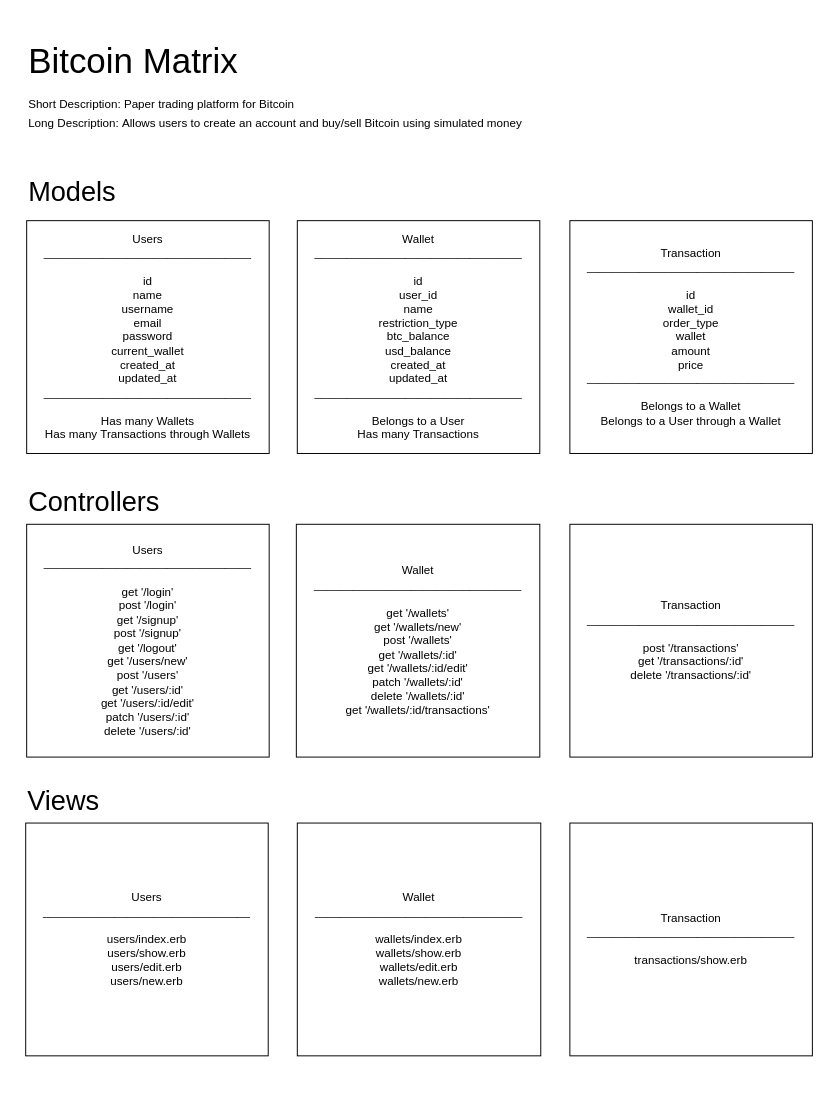
smcbride1/bitcoin-matrix keeps this draw.io diagram as models.drawio. Above is the earlier version. Source tidied: cells renumbered, new cells numbered last; positions are measured from the earlier drawing's top-left corner, leaving out a move shared by most shapes. Both pictures are drawn from the tidied source at 97%, with x=0, y=0 at pixel (16, 16).
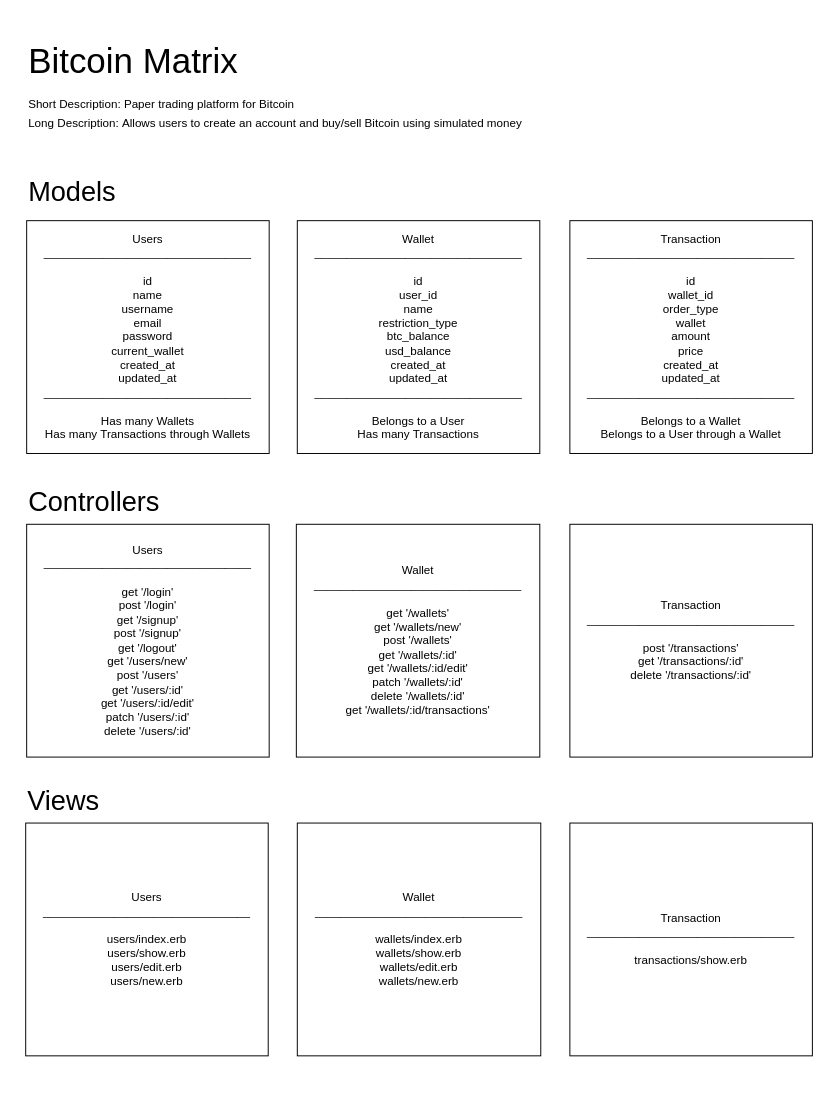
The same diagram, later.

Diff of the diagram source:
```diff
@@
 <mxGraphModel>
   <root>
     <mxCell id="0" />
     <mxCell id="1" parent="0" />
     <mxCell id="2" style="rounded=0;whiteSpace=wrap;html=1;strokeColor=none;" parent="1" vertex="1">
       <mxGeometry width="830" height="1110" as="geometry" />
     </mxCell>
     <mxCell id="3" value="Users&lt;br&gt;________________________________&lt;br&gt;&lt;br&gt;id&lt;br&gt;name&lt;br&gt;username&lt;br&gt;email&lt;br&gt;password&lt;br&gt;current_wallet&lt;br&gt;created_at&lt;br&gt;updated_at&lt;br&gt;________________________________&lt;br&gt;&lt;br&gt;Has many Wallets&lt;br&gt;Has many Transactions through Wallets" style="rounded=0;whiteSpace=wrap;html=1;" parent="1" vertex="1">
       <mxGeometry x="10" y="210" width="250" height="240" as="geometry" />
     </mxCell>
     <mxCell id="4" value="Wallet&lt;br&gt;________________________________&lt;br&gt;&lt;br&gt;id&lt;br&gt;user_id&lt;br&gt;name&lt;br&gt;restriction_type&lt;br&gt;btc_balance&lt;br&gt;usd_balance&lt;br&gt;created_at&lt;br&gt;updated_at&lt;br&gt;________________________________&lt;br&gt;&lt;br&gt;Belongs to a User&lt;br&gt;Has many Transactions" style="rounded=0;whiteSpace=wrap;html=1;" parent="1" vertex="1">
       <mxGeometry x="289" y="210" width="250" height="240" as="geometry" />
     </mxCell>
-    <mxCell id="5" value="Transaction&lt;br&gt;________________________________&lt;br&gt;&lt;br&gt;id&lt;br&gt;wallet_id&lt;br&gt;order_type&lt;br&gt;wallet&lt;br&gt;amount&lt;br&gt;price&lt;br&gt;________________________________&lt;br&gt;&lt;br&gt;Belongs to a Wallet&lt;br&gt;Belongs to a User through a Wallet" style="rounded=0;whiteSpace=wrap;html=1;" parent="1" vertex="1">
+    <mxCell id="5" value="Transaction&lt;br&gt;________________________________&lt;br&gt;&lt;br&gt;id&lt;br&gt;wallet_id&lt;br&gt;order_type&lt;br&gt;wallet&lt;br&gt;amount&lt;br&gt;price&lt;br&gt;created_at&lt;br&gt;updated_at&lt;br&gt;________________________________&lt;br&gt;&lt;br&gt;Belongs to a Wallet&lt;br&gt;Belongs to a User through a Wallet" style="rounded=0;whiteSpace=wrap;html=1;" parent="1" vertex="1">
       <mxGeometry x="570" y="210" width="250" height="240" as="geometry" />
     </mxCell>
     <mxCell id="6" value="&lt;font style=&quot;font-size: 36px&quot;&gt;Bitcoin Matrix&lt;/font&gt;" style="text;html=1;align=left;verticalAlign=middle;" parent="1" vertex="1">
       <mxGeometry x="10" y="30" width="230" height="30" as="geometry" />
     </mxCell>
     <mxCell id="7" value="Short Description:&amp;nbsp;Paper trading platform for Bitcoin" style="text;html=1;align=left;verticalAlign=middle;" parent="1" vertex="1">
       <mxGeometry x="10" y="80" width="290" height="20" as="geometry" />
     </mxCell>
     <mxCell id="8" value="Long Description:&amp;nbsp;Allows users to create an account and buy/sell Bitcoin using simulated money" style="text;html=1;align=left;verticalAlign=middle;" parent="1" vertex="1">
       <mxGeometry x="10" y="100" width="520" height="20" as="geometry" />
     </mxCell>
     <mxCell id="9" value="&lt;font style=&quot;font-size: 28px&quot;&gt;Models&lt;/font&gt;" style="text;html=1;align=left;verticalAlign=middle;" parent="1" vertex="1">
       <mxGeometry x="10" y="170" width="110" height="20" as="geometry" />
     </mxCell>
     <mxCell id="10" value="&lt;font style=&quot;font-size: 28px&quot;&gt;Controllers&lt;/font&gt;" style="text;html=1;align=left;verticalAlign=middle;" parent="1" vertex="1">
       <mxGeometry x="10" y="490" width="150" height="20" as="geometry" />
     </mxCell>
     <mxCell id="11" value="Users&lt;br&gt;________________________________&lt;br&gt;&lt;div&gt;&lt;br&gt;&lt;/div&gt;&lt;div&gt;get '/login'&lt;br&gt;&lt;/div&gt;&lt;div&gt;post '/login'&lt;/div&gt;&lt;div&gt;get '/signup'&lt;/div&gt;&lt;div&gt;post '/signup'&lt;/div&gt;&lt;div&gt;get '/logout'&lt;/div&gt;&lt;div&gt;get '/users/new'&lt;/div&gt;&lt;div&gt;post '/users'&lt;/div&gt;&lt;div&gt;get '/users/:id'&lt;/div&gt;&lt;div&gt;get '/users/:id/edit'&lt;/div&gt;&lt;div&gt;patch '/users/:id'&lt;/div&gt;&lt;div&gt;delete '/users/:id'&lt;/div&gt;" style="rounded=0;whiteSpace=wrap;html=1;align=center;" parent="1" vertex="1">
       <mxGeometry x="10" y="523" width="250" height="240" as="geometry" />
     </mxCell>
     <mxCell id="12" value="&lt;span&gt;Wallet&lt;/span&gt;&lt;br&gt;________________________________&lt;br&gt;&lt;span&gt;&lt;br&gt;get '/wallets'&lt;/span&gt;&lt;br&gt;&lt;span&gt;get '/wallets/new'&lt;/span&gt;&lt;br&gt;&lt;span&gt;post '/wallets'&lt;/span&gt;&lt;br&gt;&lt;span&gt;get '/wallets/:id'&lt;/span&gt;&lt;br&gt;&lt;span&gt;get '/wallets/:id/edit'&lt;/span&gt;&lt;br&gt;&lt;span&gt;patch '/wallets/:id'&lt;/span&gt;&lt;br&gt;&lt;span&gt;delete '/wallets/:id'&lt;br&gt;&lt;/span&gt;get '/wallets/:id/transactions'&lt;span&gt;&lt;br&gt;&lt;/span&gt;" style="rounded=0;whiteSpace=wrap;html=1;" parent="1" vertex="1">
       <mxGeometry x="288" y="523" width="251" height="240" as="geometry" />
     </mxCell>
     <mxCell id="13" value="&lt;span&gt;Transaction&lt;/span&gt;&lt;br&gt;&lt;div&gt;________________________________&lt;br&gt;&lt;div&gt;&lt;br&gt;&lt;/div&gt;&lt;div&gt;post '/transactions'&lt;/div&gt;&lt;div&gt;get '/transactions/:id'&lt;/div&gt;&lt;div&gt;delete '/transactions/:id'&lt;/div&gt;&lt;/div&gt;" style="rounded=0;whiteSpace=wrap;html=1;" parent="1" vertex="1">
       <mxGeometry x="570" y="523" width="250" height="240" as="geometry" />
     </mxCell>
     <mxCell id="14" value="&lt;font style=&quot;font-size: 28px&quot;&gt;Views&lt;/font&gt;" style="text;html=1;align=left;verticalAlign=middle;" parent="1" vertex="1">
       <mxGeometry x="9" y="798" width="90" height="20" as="geometry" />
     </mxCell>
     <mxCell id="15" value="Users&lt;br&gt;________________________________&lt;br&gt;&lt;div&gt;&lt;br&gt;&lt;/div&gt;&lt;div&gt;users/index.erb&lt;/div&gt;users&lt;span&gt;/show.erb&lt;/span&gt;&lt;br&gt;&lt;div&gt;users/edit.erb&lt;/div&gt;&lt;div&gt;users/new.erb&lt;/div&gt;" style="rounded=0;whiteSpace=wrap;html=1;align=center;" parent="1" vertex="1">
       <mxGeometry x="9" y="831" width="250" height="240" as="geometry" />
     </mxCell>
     <mxCell id="16" value="&lt;span&gt;Wallet&lt;/span&gt;&lt;br&gt;________________________________&lt;br&gt;&lt;span&gt;&lt;br&gt;&lt;/span&gt;&lt;div&gt;wallets/index.erb&lt;/div&gt;wallets&lt;span&gt;/show.erb&lt;/span&gt;&lt;br&gt;wallets&lt;span&gt;/edit.erb&lt;/span&gt;&lt;br&gt;wallets&lt;span&gt;/new.erb&lt;/span&gt;" style="rounded=0;whiteSpace=wrap;html=1;" parent="1" vertex="1">
       <mxGeometry x="289" y="831" width="251" height="240" as="geometry" />
     </mxCell>
     <mxCell id="17" value="&lt;span&gt;Transaction&lt;/span&gt;&lt;br&gt;&lt;div&gt;________________________________&lt;br&gt;&lt;div&gt;&lt;br&gt;&lt;/div&gt;&lt;div&gt;transactions&lt;span&gt;/show.erb&lt;/span&gt;&lt;br&gt;&lt;/div&gt;&lt;/div&gt;" style="rounded=0;whiteSpace=wrap;html=1;" parent="1" vertex="1">
       <mxGeometry x="570" y="831" width="250" height="240" as="geometry" />
     </mxCell>
   </root>
 </mxGraphModel>
```
